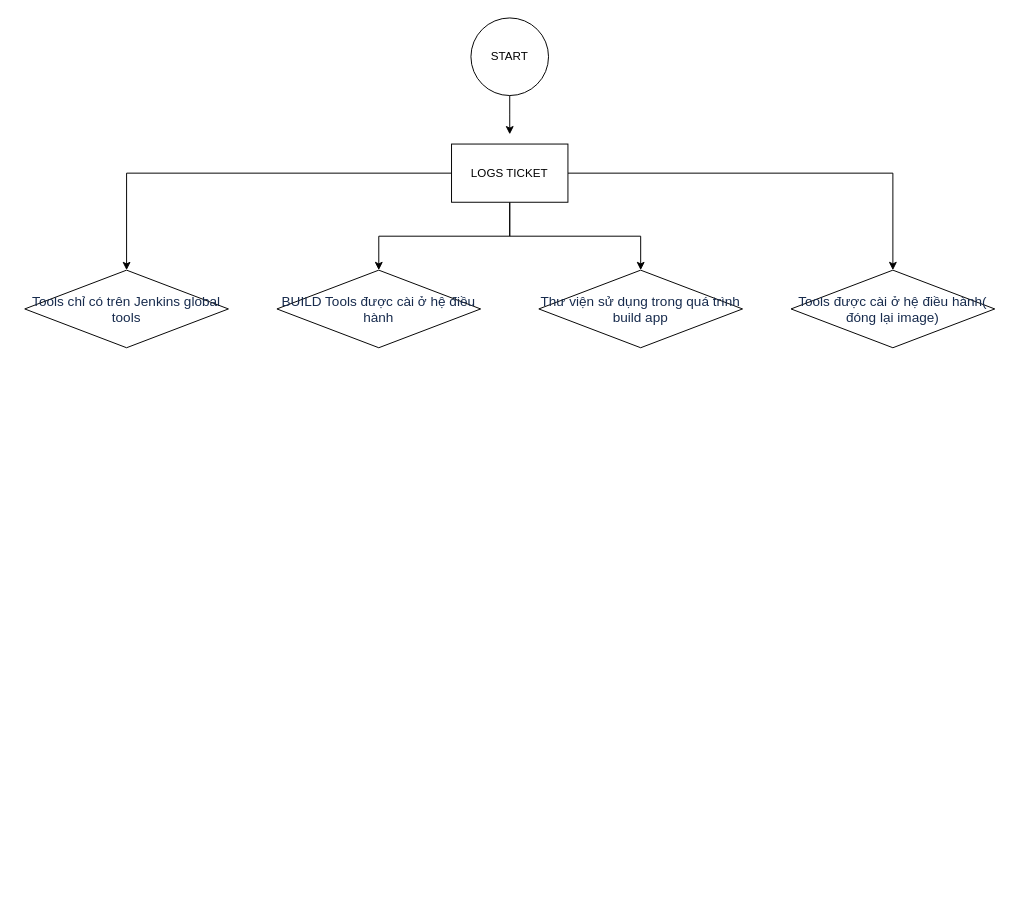
Earlier version of the draw.io diagram process-jenkins-imaage.drawio (quanhk711/dev-test-). Source tidied: cells renumbered, new cells numbered last; positions are measured from the earlier drawing's top-left corner, leaving out a move shared by most shapes. Both pictures are drawn from the tidied source at 97%, with x=0, y=0 at pixel (24, 17).
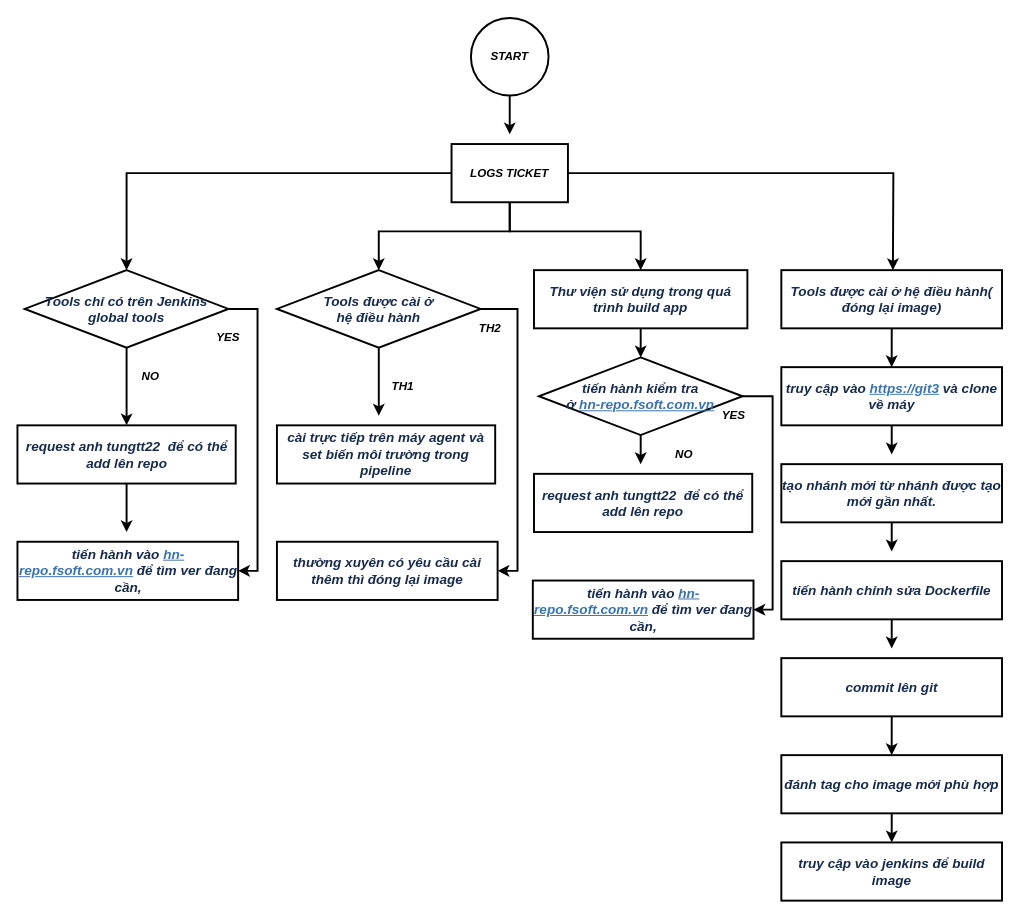
The same diagram, later.

Change to the diagram source:
```diff
@@
-    <mxCell id="2" style="edgeStyle=orthogonalEdgeStyle;rounded=0;jettySize=auto;html=1;" parent="1" edge="1" source="3">
+    <mxCell id="2" style="edgeStyle=orthogonalEdgeStyle;rounded=0;jettySize=auto;html=1;strokeWidth=2;fontStyle=3;align=center;" parent="1" edge="1" source="3">
       <mxGeometry relative="1" as="geometry">
         <mxPoint x="500" y="120" as="targetPoint" />
       </mxGeometry>
     </mxCell>
-    <mxCell id="3" value="START" style="ellipse;whiteSpace=wrap;html=1;" parent="1" vertex="1">
+    <mxCell id="3" value="START" style="ellipse;whiteSpace=wrap;html=1;strokeWidth=2;fontStyle=3;align=center;" parent="1" vertex="1">
       <mxGeometry x="460" width="80" height="80" as="geometry" />
     </mxCell>
-    <mxCell id="4" style="edgeStyle=orthogonalEdgeStyle;rounded=0;jettySize=auto;html=1;" parent="1" edge="1" source="8" target="11">
-      <mxGeometry relative="1" as="geometry" />
+    <mxCell id="4" style="edgeStyle=orthogonalEdgeStyle;rounded=0;jettySize=auto;html=1;strokeWidth=2;fontStyle=3;align=center;" parent="1" edge="1" source="8">
+      <mxGeometry relative="1" as="geometry">
+        <mxPoint x="635" y="260" as="targetPoint" />
+        <Array as="points">
+          <mxPoint x="500" y="220" />
+          <mxPoint x="635" y="220" />
+        </Array>
+      </mxGeometry>
     </mxCell>
-    <mxCell id="5" style="edgeStyle=orthogonalEdgeStyle;rounded=0;jettySize=auto;html=1;entryX=0.5;entryY=0;entryDx=0;entryDy=0;" parent="1" edge="1" source="8" target="10">
-      <mxGeometry relative="1" as="geometry" />
+    <mxCell id="5" style="edgeStyle=orthogonalEdgeStyle;rounded=0;jettySize=auto;html=1;entryX=0.5;entryY=0;entryDx=0;entryDy=0;strokeWidth=2;fontStyle=3;align=center;" parent="1" edge="1" source="8" target="10">
+      <mxGeometry relative="1" as="geometry">
+        <Array as="points">
+          <mxPoint x="500" y="220" />
+          <mxPoint x="365" y="220" />
+        </Array>
+      </mxGeometry>
     </mxCell>
-    <mxCell id="6" style="edgeStyle=orthogonalEdgeStyle;rounded=0;jettySize=auto;html=1;" parent="1" edge="1" source="8" target="9">
+    <mxCell id="6" style="edgeStyle=orthogonalEdgeStyle;rounded=0;jettySize=auto;html=1;strokeWidth=2;fontStyle=3;align=center;" parent="1" edge="1" source="8" target="9">
       <mxGeometry relative="1" as="geometry" />
     </mxCell>
-    <mxCell id="7" style="edgeStyle=orthogonalEdgeStyle;rounded=0;jettySize=auto;html=1;entryX=0.5;entryY=0;entryDx=0;entryDy=0;" parent="1" edge="1" source="8" target="12">
-      <mxGeometry relative="1" as="geometry" />
+    <mxCell id="7" style="edgeStyle=orthogonalEdgeStyle;rounded=0;jettySize=auto;html=1;entryX=0.5;entryY=0;entryDx=0;entryDy=0;strokeWidth=2;fontStyle=3;align=center;" parent="1" edge="1" source="8">
+      <mxGeometry relative="1" as="geometry">
+        <mxPoint x="895" y="260" as="targetPoint" />
+      </mxGeometry>
     </mxCell>
-    <mxCell id="8" value="LOGS TICKET" style="rounded=0;whiteSpace=wrap;html=1;" parent="1" vertex="1">
+    <mxCell id="8" value="LOGS TICKET" style="rounded=0;whiteSpace=wrap;html=1;strokeWidth=2;fontStyle=3;align=center;" parent="1" vertex="1">
       <mxGeometry x="440" y="130" width="120" height="60" as="geometry" />
     </mxCell>
+    <mxCell id="13" style="edgeStyle=orthogonalEdgeStyle;rounded=0;jettySize=auto;html=1;entryX=0.5;entryY=0;entryDx=0;entryDy=0;strokeWidth=2;fontStyle=3;align=center;" parent="1" edge="1" source="9" target="18">
+      <mxGeometry relative="1" as="geometry" />
+    </mxCell>
+    <mxCell id="14" style="edgeStyle=orthogonalEdgeStyle;rounded=0;jettySize=auto;html=1;entryX=1;entryY=0.5;entryDx=0;entryDy=0;strokeWidth=2;fontStyle=3;align=center;" parent="1" edge="1" source="9" target="20">
+      <mxGeometry relative="1" as="geometry">
+        <Array as="points">
+          <mxPoint x="240" y="300" />
+          <mxPoint x="240" y="570" />
+        </Array>
+      </mxGeometry>
+    </mxCell>
-    <mxCell id="9" value="&lt;span style=&quot;color: rgb(23 , 43 , 77) ; font-family: , &amp;#34;blinkmacsystemfont&amp;#34; , &amp;#34;segoe ui&amp;#34; , &amp;#34;roboto&amp;#34; , &amp;#34;oxygen&amp;#34; , &amp;#34;ubuntu&amp;#34; , &amp;#34;fira sans&amp;#34; , &amp;#34;droid sans&amp;#34; , &amp;#34;helvetica neue&amp;#34; , sans-serif ; font-size: 14px ; text-align: left&quot;&gt;Tools chỉ có trên Jenkins global tools&lt;/span&gt;" style="rhombus;whiteSpace=wrap;html=1;" parent="1" vertex="1">
+    <mxCell id="9" value="&lt;span style=&quot;color: rgb(23, 43, 77); font-size: 14px;&quot;&gt;Tools chỉ có trên Jenkins &lt;br&gt;global tools&lt;/span&gt;" style="rhombus;whiteSpace=wrap;html=1;strokeWidth=2;fontStyle=3;align=center;" parent="1" vertex="1">
       <mxGeometry y="260" width="210" height="80" as="geometry" />
     </mxCell>
+    <mxCell id="15" style="edgeStyle=orthogonalEdgeStyle;rounded=0;jettySize=auto;html=1;strokeWidth=2;fontStyle=3;align=center;" parent="1" edge="1" source="10">
+      <mxGeometry relative="1" as="geometry">
+        <mxPoint x="365" y="410" as="targetPoint" />
+      </mxGeometry>
+    </mxCell>
+    <mxCell id="16" style="edgeStyle=orthogonalEdgeStyle;rounded=0;jettySize=auto;html=1;entryX=1;entryY=0.5;entryDx=0;entryDy=0;strokeWidth=2;fontStyle=3;align=center;" parent="1" edge="1" source="10" target="23">
+      <mxGeometry relative="1" as="geometry">
+        <Array as="points">
+          <mxPoint x="508" y="300" />
+          <mxPoint x="508" y="570" />
+        </Array>
+      </mxGeometry>
+    </mxCell>
-    <mxCell id="10" value="&lt;span style=&quot;color: rgb(23 , 43 , 77) ; font-family: , &amp;#34;blinkmacsystemfont&amp;#34; , &amp;#34;segoe ui&amp;#34; , &amp;#34;roboto&amp;#34; , &amp;#34;oxygen&amp;#34; , &amp;#34;ubuntu&amp;#34; , &amp;#34;fira sans&amp;#34; , &amp;#34;droid sans&amp;#34; , &amp;#34;helvetica neue&amp;#34; , sans-serif ; font-size: 14px ; text-align: left&quot;&gt;BUILD Tools được cài ở hệ điều hành&lt;/span&gt;" style="rhombus;whiteSpace=wrap;html=1;" parent="1" vertex="1">
+    <mxCell id="10" value="&lt;span style=&quot;color: rgb(23, 43, 77); font-size: 14px;&quot;&gt;Tools được cài ở &lt;br&gt;hệ điều hành&lt;/span&gt;" style="rhombus;whiteSpace=wrap;html=1;strokeWidth=2;fontStyle=3;align=center;" parent="1" vertex="1">
       <mxGeometry x="260" y="260" width="210" height="80" as="geometry" />
     </mxCell>
+    <mxCell id="17" style="edgeStyle=orthogonalEdgeStyle;rounded=0;jettySize=auto;html=1;strokeWidth=2;fontStyle=3;align=center;" parent="1" edge="1" source="18">
+      <mxGeometry relative="1" as="geometry">
+        <mxPoint x="105" y="530" as="targetPoint" />
+      </mxGeometry>
+    </mxCell>
+    <mxCell id="18" value="&lt;span style=&quot;color: rgb(23, 43, 77); font-size: 14px;&quot;&gt;request anh tungtt22&amp;nbsp; để có thể add lên repo&lt;/span&gt;" style="rounded=0;whiteSpace=wrap;html=1;strokeWidth=2;fontStyle=3;align=center;" parent="1" vertex="1">
+      <mxGeometry x="-7.5" y="420" width="225" height="60" as="geometry" />
+    </mxCell>
+    <mxCell id="19" value="NO" style="text;html=1;strokeColor=none;fillColor=none;align=center;verticalAlign=middle;whiteSpace=wrap;rounded=0;strokeWidth=2;fontStyle=3;" parent="1" vertex="1">
+      <mxGeometry x="110" y="360" width="40" height="20" as="geometry" />
+    </mxCell>
+    <mxCell id="20" value="&lt;span style=&quot;color: rgb(23, 43, 77); font-size: 14px;&quot;&gt;tiến hành vào&amp;nbsp;&lt;/span&gt;&lt;a class=&quot;external-link&quot; href=&quot;http://hn-repo.fsoft.com.vn/&quot; style=&quot;color: rgb(59, 115, 175); font-size: 14px;&quot;&gt;hn-repo.fsoft.com.vn&lt;/a&gt;&lt;span style=&quot;color: rgb(23, 43, 77); font-size: 14px;&quot;&gt;&amp;nbsp;để tìm ver đang cần,&lt;/span&gt;" style="rounded=0;whiteSpace=wrap;html=1;strokeWidth=2;fontStyle=3;align=center;" parent="1" vertex="1">
+      <mxGeometry x="-7.5" y="540" width="227.5" height="60" as="geometry" />
+    </mxCell>
+    <mxCell id="21" value="YES" style="text;html=1;strokeColor=none;fillColor=none;align=center;verticalAlign=middle;whiteSpace=wrap;rounded=0;strokeWidth=2;fontStyle=3;" parent="1" vertex="1">
+      <mxGeometry x="190" y="320" width="40" height="20" as="geometry" />
+    </mxCell>
+    <mxCell id="22" value="&lt;span style=&quot;color: rgb(23, 43, 77); font-size: 14px;&quot;&gt;cài trực tiếp trên máy agent và set biến môi trường trong pipeline&lt;/span&gt;" style="rounded=0;whiteSpace=wrap;html=1;strokeWidth=2;fontStyle=3;align=center;" parent="1" vertex="1">
+      <mxGeometry x="260" y="420" width="225" height="60" as="geometry" />
+    </mxCell>
+    <mxCell id="23" value="&lt;span style=&quot;color: rgb(23, 43, 77); font-size: 14px;&quot;&gt;thường xuyên có yêu cầu cài thêm thì đóng lại image&lt;/span&gt;" style="rounded=0;whiteSpace=wrap;html=1;strokeWidth=2;fontStyle=3;align=center;" parent="1" vertex="1">
+      <mxGeometry x="260" y="540" width="227.5" height="60" as="geometry" />
+    </mxCell>
+    <mxCell id="24" value="TH1" style="text;html=1;strokeColor=none;fillColor=none;align=center;verticalAlign=middle;whiteSpace=wrap;rounded=0;strokeWidth=2;fontStyle=3;" parent="1" vertex="1">
+      <mxGeometry x="370" y="370" width="40" height="20" as="geometry" />
+    </mxCell>
+    <mxCell id="25" value="TH2" style="text;html=1;strokeColor=none;fillColor=none;align=center;verticalAlign=middle;whiteSpace=wrap;rounded=0;strokeWidth=2;fontStyle=3;" parent="1" vertex="1">
+      <mxGeometry x="460" y="310" width="40" height="20" as="geometry" />
+    </mxCell>
+    <mxCell id="26" style="edgeStyle=orthogonalEdgeStyle;rounded=0;jettySize=auto;html=1;entryX=1;entryY=0.5;entryDx=0;entryDy=0;strokeWidth=2;fontStyle=3;align=center;" parent="1" edge="1" source="28" target="31">
+      <mxGeometry relative="1" as="geometry">
+        <Array as="points">
+          <mxPoint x="771" y="390" />
+          <mxPoint x="771" y="610" />
+        </Array>
+      </mxGeometry>
+    </mxCell>
+    <mxCell id="27" style="edgeStyle=orthogonalEdgeStyle;rounded=0;jettySize=auto;html=1;strokeWidth=2;fontStyle=3;align=center;" parent="1" edge="1" source="28">
+      <mxGeometry relative="1" as="geometry">
+        <mxPoint x="635" y="460" as="targetPoint" />
+      </mxGeometry>
+    </mxCell>
+    <mxCell id="28" value="&lt;span style=&quot;color: rgb(23, 43, 77); font-size: 14px;&quot;&gt;tiến hành kiểm tra &lt;br&gt;ở&amp;nbsp;&lt;/span&gt;&lt;a class=&quot;external-link&quot; href=&quot;http://hn-repo.fsoft.com.vn/&quot; style=&quot;color: rgb(59, 115, 175); font-size: 14px;&quot;&gt;hn-repo.fsoft.com.vn&lt;/a&gt;" style="rhombus;whiteSpace=wrap;html=1;strokeWidth=2;fontStyle=3;align=center;" parent="1" vertex="1">
+      <mxGeometry x="530" y="350" width="210" height="80" as="geometry" />
+    </mxCell>
+    <mxCell id="29" style="edgeStyle=orthogonalEdgeStyle;rounded=0;jettySize=auto;html=1;strokeWidth=2;fontStyle=3;align=center;" parent="1" edge="1" source="11" target="28">
+      <mxGeometry relative="1" as="geometry" />
+    </mxCell>
-    <mxCell id="11" value="&lt;span style=&quot;color: rgb(23 , 43 , 77) ; font-family: , &amp;#34;blinkmacsystemfont&amp;#34; , &amp;#34;segoe ui&amp;#34; , &amp;#34;roboto&amp;#34; , &amp;#34;oxygen&amp;#34; , &amp;#34;ubuntu&amp;#34; , &amp;#34;fira sans&amp;#34; , &amp;#34;droid sans&amp;#34; , &amp;#34;helvetica neue&amp;#34; , sans-serif ; font-size: 14px ; text-align: left&quot;&gt;Thư viện sử dụng trong quá trình build app&lt;/span&gt;" style="rhombus;whiteSpace=wrap;html=1;" parent="1" vertex="1">
-      <mxGeometry x="530" y="260" width="210" height="80" as="geometry" />
+    <mxCell id="11" value="&lt;span style=&quot;color: rgb(23, 43, 77); font-size: 14px;&quot;&gt;Thư viện sử dụng trong quá trình build app&lt;/span&gt;" style="rounded=0;whiteSpace=wrap;html=1;strokeWidth=2;fontStyle=3;align=center;" parent="1" vertex="1">
+      <mxGeometry x="525" y="260" width="220" height="60" as="geometry" />
     </mxCell>
+    <mxCell id="30" value="&lt;span style=&quot;color: rgb(23, 43, 77); font-size: 14px;&quot;&gt;request anh tungtt22&amp;nbsp; để có thể add lên repo&lt;/span&gt;" style="rounded=0;whiteSpace=wrap;html=1;strokeWidth=2;fontStyle=3;align=center;" parent="1" vertex="1">
+      <mxGeometry x="525" y="470" width="225" height="60" as="geometry" />
+    </mxCell>
+    <mxCell id="31" value="&lt;span style=&quot;color: rgb(23, 43, 77); font-size: 14px;&quot;&gt;tiến hành vào&amp;nbsp;&lt;/span&gt;&lt;a class=&quot;external-link&quot; href=&quot;http://hn-repo.fsoft.com.vn/&quot; style=&quot;color: rgb(59, 115, 175); font-size: 14px;&quot;&gt;hn-repo.fsoft.com.vn&lt;/a&gt;&lt;span style=&quot;color: rgb(23, 43, 77); font-size: 14px;&quot;&gt;&amp;nbsp;để tìm ver đang cần,&lt;/span&gt;" style="rounded=0;whiteSpace=wrap;html=1;strokeWidth=2;fontStyle=3;align=center;" parent="1" vertex="1">
+      <mxGeometry x="523.8" y="580" width="227.5" height="60" as="geometry" />
+    </mxCell>
+    <mxCell id="32" value="NO" style="text;html=1;strokeColor=none;fillColor=none;align=center;verticalAlign=middle;whiteSpace=wrap;rounded=0;strokeWidth=2;fontStyle=3;" parent="1" vertex="1">
+      <mxGeometry x="660" y="440" width="40" height="20" as="geometry" />
+    </mxCell>
+    <mxCell id="33" value="YES" style="text;html=1;strokeColor=none;fillColor=none;align=center;verticalAlign=middle;whiteSpace=wrap;rounded=0;strokeWidth=2;fontStyle=3;" parent="1" vertex="1">
+      <mxGeometry x="711.2" y="400" width="40" height="20" as="geometry" />
+    </mxCell>
+    <mxCell id="34" style="edgeStyle=orthogonalEdgeStyle;rounded=0;jettySize=auto;html=1;entryX=0.5;entryY=0;entryDx=0;entryDy=0;strokeWidth=2;fontStyle=3;align=center;" parent="1" edge="1" source="12" target="36">
+      <mxGeometry relative="1" as="geometry" />
+    </mxCell>
-    <mxCell id="12" value="&lt;span style=&quot;color: rgb(23 , 43 , 77) ; font-family: , &amp;#34;blinkmacsystemfont&amp;#34; , &amp;#34;segoe ui&amp;#34; , &amp;#34;roboto&amp;#34; , &amp;#34;oxygen&amp;#34; , &amp;#34;ubuntu&amp;#34; , &amp;#34;fira sans&amp;#34; , &amp;#34;droid sans&amp;#34; , &amp;#34;helvetica neue&amp;#34; , sans-serif ; font-size: 14px ; text-align: left&quot;&gt;Tools được cài ở hệ điều hành( đóng lại image)&lt;/span&gt;" style="rhombus;whiteSpace=wrap;html=1;" parent="1" vertex="1">
-      <mxGeometry x="790" y="260" width="210" height="80" as="geometry" />
+    <mxCell id="12" value="&lt;span style=&quot;color: rgb(23, 43, 77); font-size: 14px;&quot;&gt;Tools được cài ở hệ điều hành( đóng lại image)&lt;/span&gt;" style="rounded=0;whiteSpace=wrap;html=1;strokeWidth=2;fontStyle=3;align=center;" parent="1" vertex="1">
+      <mxGeometry x="780" y="260" width="227.5" height="60" as="geometry" />
     </mxCell>
+    <mxCell id="35" style="edgeStyle=orthogonalEdgeStyle;rounded=0;jettySize=auto;html=1;strokeWidth=2;fontStyle=3;align=center;" parent="1" edge="1" source="36">
+      <mxGeometry relative="1" as="geometry">
+        <mxPoint x="893.8" y="450" as="targetPoint" />
+      </mxGeometry>
+    </mxCell>
+    <mxCell id="36" value="&lt;span style=&quot;color: rgb(23, 43, 77); font-size: 14px;&quot;&gt;truy cập vào&amp;nbsp;&lt;/span&gt;&lt;a class=&quot;external-link&quot; href=&quot;https://git3.fsoft.com.vn/GROUP/DevOps/SDS/aapk-images.git&quot; style=&quot;color: rgb(59, 115, 175); font-size: 14px;&quot;&gt;https://git3&lt;/a&gt;&lt;span style=&quot;color: rgb(23, 43, 77); font-size: 14px;&quot;&gt;&amp;nbsp;và clone về máy&lt;/span&gt;" style="rounded=0;whiteSpace=wrap;html=1;strokeWidth=2;fontStyle=3;align=center;" parent="1" vertex="1">
+      <mxGeometry x="780" y="360" width="227.5" height="60" as="geometry" />
+    </mxCell>
+    <mxCell id="37" style="edgeStyle=orthogonalEdgeStyle;rounded=0;jettySize=auto;html=1;strokeWidth=2;fontStyle=3;align=center;" parent="1" edge="1" source="38">
+      <mxGeometry relative="1" as="geometry">
+        <mxPoint x="893.8" y="550" as="targetPoint" />
+      </mxGeometry>
+    </mxCell>
+    <mxCell id="38" value="&lt;span style=&quot;color: rgb(23, 43, 77); font-size: 14px;&quot;&gt;tạo nhánh mới từ nhánh được tạo mới gần nhất.&lt;/span&gt;" style="rounded=0;whiteSpace=wrap;html=1;strokeWidth=2;fontStyle=3;align=center;" parent="1" vertex="1">
+      <mxGeometry x="780" y="460" width="227.5" height="60" as="geometry" />
+    </mxCell>
+    <mxCell id="39" style="edgeStyle=orthogonalEdgeStyle;rounded=0;jettySize=auto;html=1;strokeWidth=2;fontStyle=3;align=center;" parent="1" edge="1" source="40">
+      <mxGeometry relative="1" as="geometry">
+        <mxPoint x="893.8" y="650" as="targetPoint" />
+      </mxGeometry>
+    </mxCell>
+    <mxCell id="40" value="&lt;span style=&quot;color: rgb(23, 43, 77); font-size: 14px;&quot;&gt;tiến hành chỉnh sửa Dockerfile&lt;/span&gt;" style="rounded=0;whiteSpace=wrap;html=1;strokeWidth=2;fontStyle=3;align=center;" parent="1" vertex="1">
+      <mxGeometry x="780" y="560" width="227.5" height="60" as="geometry" />
+    </mxCell>
+    <mxCell id="41" style="edgeStyle=orthogonalEdgeStyle;rounded=0;jettySize=auto;html=1;entryX=0.5;entryY=0;entryDx=0;entryDy=0;strokeWidth=2;fontStyle=3;align=center;" parent="1" edge="1" source="42" target="44">
+      <mxGeometry relative="1" as="geometry" />
+    </mxCell>
+    <mxCell id="42" value="&lt;span style=&quot;color: rgb(23, 43, 77); font-size: 14px;&quot;&gt;commit lên git&lt;/span&gt;" style="rounded=0;whiteSpace=wrap;html=1;strokeWidth=2;fontStyle=3;align=center;" parent="1" vertex="1">
+      <mxGeometry x="780" y="660" width="227.5" height="60" as="geometry" />
+    </mxCell>
+    <mxCell id="43" style="edgeStyle=orthogonalEdgeStyle;rounded=0;jettySize=auto;html=1;strokeWidth=2;fontStyle=3;align=center;" parent="1" edge="1" source="44">
+      <mxGeometry relative="1" as="geometry">
+        <mxPoint x="893.8" y="850" as="targetPoint" />
+      </mxGeometry>
+    </mxCell>
+    <mxCell id="44" value="&lt;span style=&quot;color: rgb(23, 43, 77); font-size: 14px;&quot;&gt;đánh tag cho image mới phù hợp&lt;/span&gt;" style="rounded=0;whiteSpace=wrap;html=1;strokeWidth=2;fontStyle=3;align=center;" parent="1" vertex="1">
+      <mxGeometry x="780" y="760" width="227.5" height="60" as="geometry" />
+    </mxCell>
+    <mxCell id="45" value="&lt;font color=&quot;#172b4d&quot;&gt;&lt;span style=&quot;font-size: 14px&quot;&gt;truy cập vào jenkins để build image&lt;/span&gt;&lt;/font&gt;" style="rounded=0;whiteSpace=wrap;html=1;strokeWidth=2;fontStyle=3;align=center;" parent="1" vertex="1">
+      <mxGeometry x="780" y="850" width="227.5" height="60" as="geometry" />
+    </mxCell>
```
